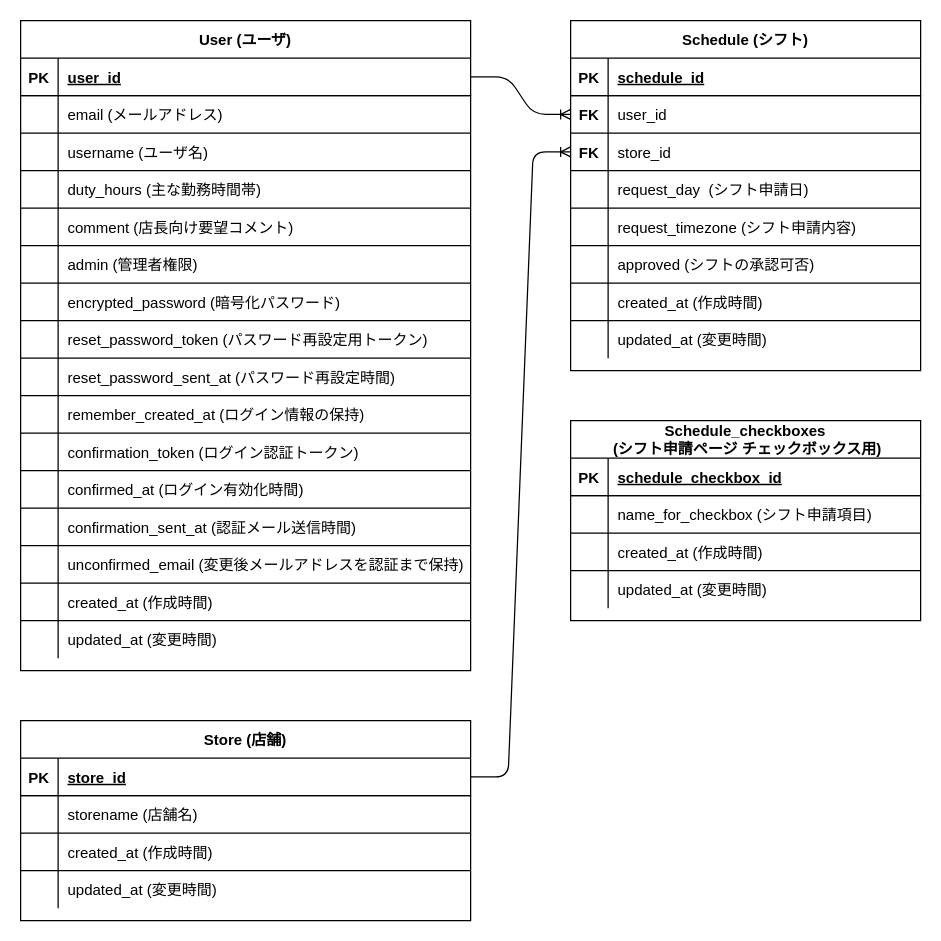
Earlier version of the draw.io diagram ER-diagram.drawio (webzawa/schedule-management-app). Source tidied: cells renumbered, new cells numbered last; positions are measured from the earlier drawing's top-left corner, leaving out a move shared by most shapes. Both pictures are drawn from the tidied source at 125%, with x=0, y=0 at pixel (20, 20).
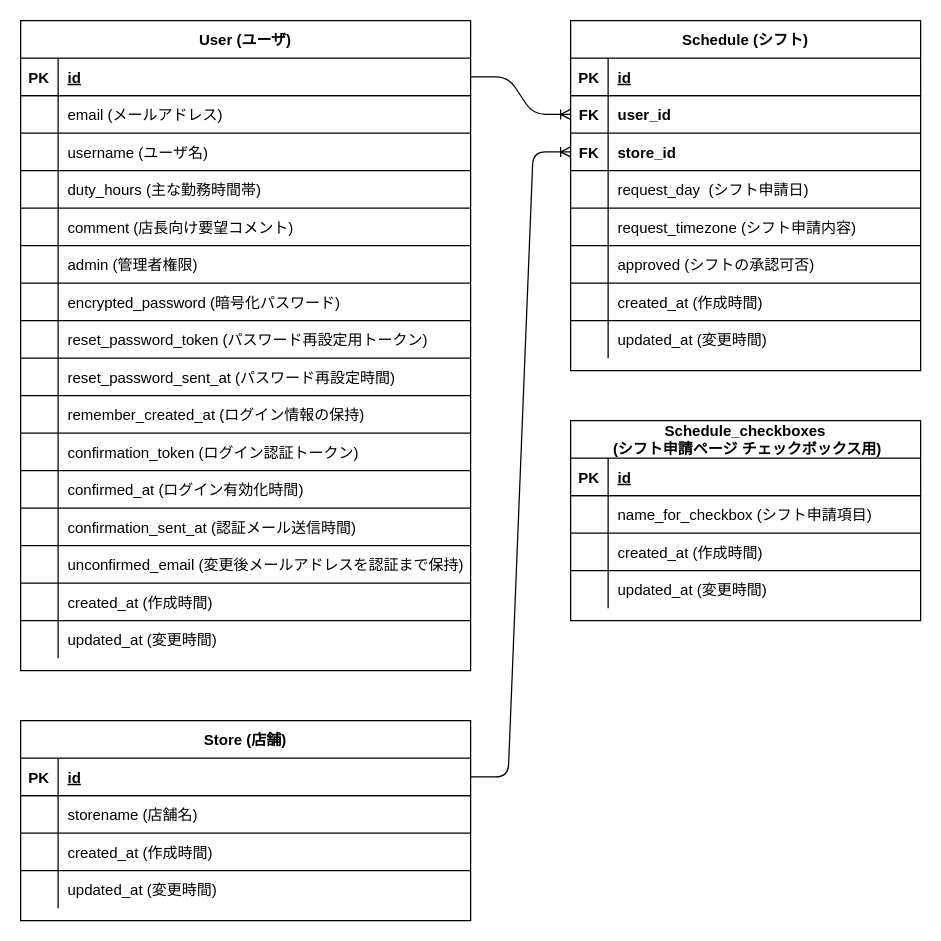
The same page after the edit.

Unchanged cells that the change refers to:
```xml
<mxCell id="3" style="shape=partialRectangle;fillColor=none;top=0;left=0;bottom=1;right=0;points=[[0,0.5],[1,0.5]];portConstraint=eastwest;fontColor=#000000;strokeColor=#000000;" parent="2" vertex="1">
  <mxGeometry y="30" width="360" height="30" as="geometry" />
</mxCell>
<mxCell id="52" style="shape=partialRectangle;fillColor=none;top=0;left=0;bottom=1;right=0;points=[[0,0.5],[1,0.5]];portConstraint=eastwest;fontColor=#000000;strokeColor=#000000;" parent="51" vertex="1">
  <mxGeometry y="30" width="360" height="30" as="geometry" />
</mxCell>
<mxCell id="65" style="shape=partialRectangle;fillColor=none;top=0;left=0;bottom=1;right=0;fontColor=#000000;strokeColor=#000000;" parent="64" vertex="1">
  <mxGeometry y="30" width="280" height="30" as="geometry" />
</mxCell>
<mxCell id="68" style="shape=partialRectangle;fillColor=none;top=0;left=0;bottom=0;right=0;points=[[0,0.5],[1,0.5]];portConstraint=eastwest;fontColor=#000000;strokeColor=#000000;" parent="64" vertex="1">
  <mxGeometry y="60" width="280" height="30" as="geometry" />
</mxCell>
<mxCell id="71" style="shape=partialRectangle;fillColor=none;top=0;left=0;bottom=0;right=0;points=[[0,0.5],[1,0.5]];portConstraint=eastwest;fontColor=#000000;strokeColor=#000000;" parent="64" vertex="1">
  <mxGeometry y="90" width="280" height="30" as="geometry" />
</mxCell>
<mxCell id="90" style="shape=partialRectangle;fillColor=none;top=0;left=0;bottom=1;right=0;fontColor=#000000;strokeColor=#000000;" parent="89" vertex="1">
  <mxGeometry y="30" width="280" height="30" as="geometry" />
</mxCell>
```

The edit, as a diff of the source:
```diff
@@
-    <mxCell id="5" value="user_id" style="shape=partialRectangle;fillColor=none;top=0;left=0;bottom=0;right=0;align=left;spacingLeft=6;fontStyle=5;overflow=hidden;fontColor=#000000;strokeColor=#000000;" parent="3" vertex="1">
+    <mxCell id="5" value="id" style="shape=partialRectangle;fillColor=none;top=0;left=0;bottom=0;right=0;align=left;spacingLeft=6;fontStyle=5;overflow=hidden;fontColor=#000000;strokeColor=#000000;" parent="3" vertex="1">
       <mxGeometry x="30" width="330" height="30" as="geometry" />
     </mxCell>
@@
-    <mxCell id="54" value="store_id" style="shape=partialRectangle;fillColor=none;top=0;left=0;bottom=0;right=0;align=left;spacingLeft=6;fontStyle=5;overflow=hidden;fontColor=#000000;strokeColor=#000000;" parent="52" vertex="1">
+    <mxCell id="54" value="id" style="shape=partialRectangle;fillColor=none;top=0;left=0;bottom=0;right=0;align=left;spacingLeft=6;fontStyle=5;overflow=hidden;fontColor=#000000;strokeColor=#000000;" parent="52" vertex="1">
       <mxGeometry x="30" width="330" height="30" as="geometry" />
     </mxCell>
@@
-    <mxCell id="67" value="schedule_id" style="shape=partialRectangle;fillColor=none;top=0;left=0;bottom=0;right=0;align=left;spacingLeft=6;fontStyle=5;overflow=hidden;fontColor=#000000;strokeColor=#000000;" parent="65" vertex="1">
+    <mxCell id="67" value="id" style="shape=partialRectangle;fillColor=none;top=0;left=0;bottom=0;right=0;align=left;spacingLeft=6;fontStyle=5;overflow=hidden;fontColor=#000000;strokeColor=#000000;" parent="65" vertex="1">
       <mxGeometry x="30" width="250" height="30" as="geometry" />
     </mxCell>
@@
-    <mxCell id="70" value="user_id" style="shape=partialRectangle;fillColor=none;top=0;left=0;bottom=0;right=0;align=left;spacingLeft=6;overflow=hidden;fontColor=#000000;strokeColor=#000000;" parent="68" vertex="1">
+    <mxCell id="70" value="user_id" style="shape=partialRectangle;fillColor=none;top=0;left=0;bottom=0;right=0;align=left;spacingLeft=6;overflow=hidden;fontColor=#000000;strokeColor=#000000;fontStyle=1;" parent="68" vertex="1">
       <mxGeometry x="30" width="250" height="30" as="geometry" />
     </mxCell>
@@
-    <mxCell id="73" value="store_id" style="shape=partialRectangle;fillColor=none;top=0;left=0;bottom=0;right=0;align=left;spacingLeft=6;overflow=hidden;fontColor=#000000;strokeColor=#000000;" parent="71" vertex="1">
+    <mxCell id="73" value="store_id" style="shape=partialRectangle;fillColor=none;top=0;left=0;bottom=0;right=0;align=left;spacingLeft=6;overflow=hidden;fontColor=#000000;strokeColor=#000000;fontStyle=1;" parent="71" vertex="1">
       <mxGeometry x="30" width="250" height="30" as="geometry" />
     </mxCell>
@@
-    <mxCell id="92" value="schedule_checkbox_id" style="shape=partialRectangle;fillColor=none;top=0;left=0;bottom=0;right=0;align=left;spacingLeft=6;fontStyle=5;overflow=hidden;fontColor=#000000;strokeColor=#000000;" parent="90" vertex="1">
+    <mxCell id="92" value="id" style="shape=partialRectangle;fillColor=none;top=0;left=0;bottom=0;right=0;align=left;spacingLeft=6;fontStyle=5;overflow=hidden;fontColor=#000000;strokeColor=#000000;" parent="90" vertex="1">
       <mxGeometry x="30" width="250" height="30" as="geometry" />
     </mxCell>
```
